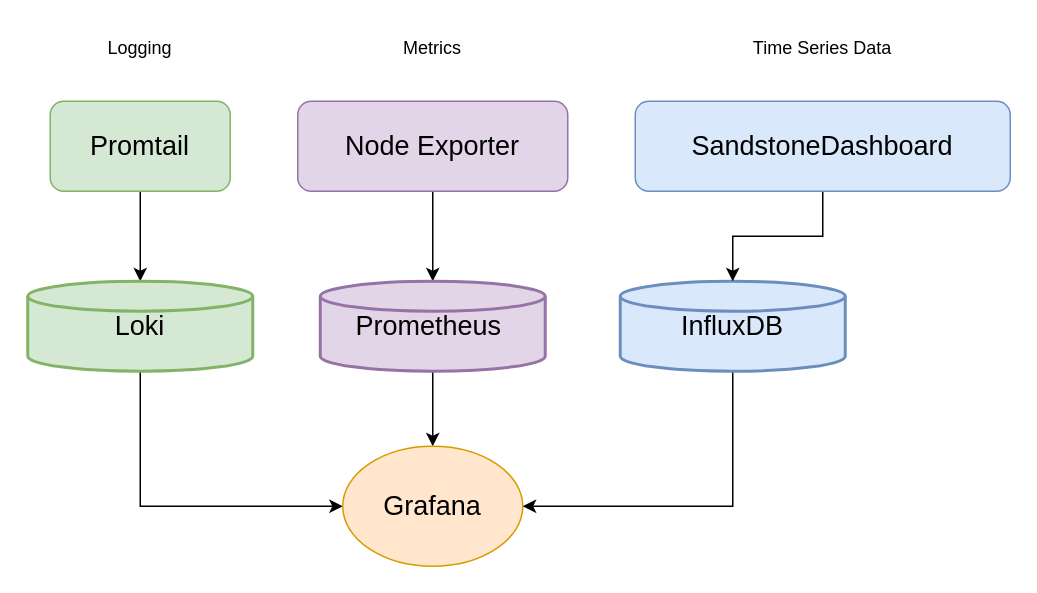
This is images_diagrams/monitoring_stack.drawio from vulture2600/SandstoneDashboard, a draw.io file, before an edit. Source tidied: cells renumbered, new cells numbered last; positions are measured from the earlier drawing's top-left corner, leaving out a move shared by most shapes. Both pictures are drawn from the tidied source at 150%, with x=0, y=0 at pixel (27, 26).
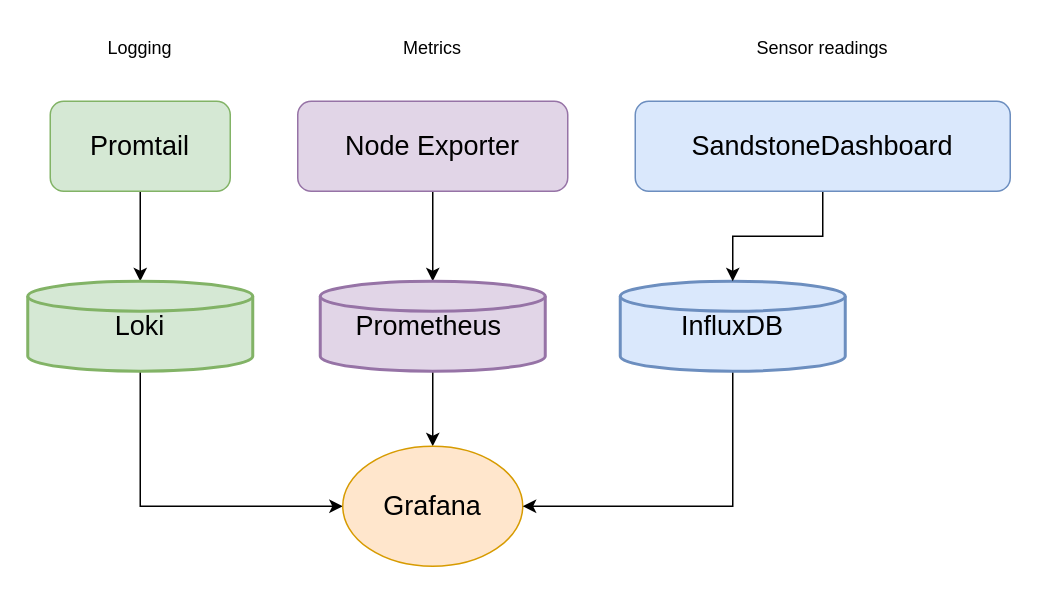
The same page after the edit.

What changed in the source:
```diff
@@
-    <mxCell id="17" value="&lt;font style=&quot;font-size: 12px;&quot;&gt;Time Series Data&lt;/font&gt;" style="text;html=1;align=center;verticalAlign=middle;whiteSpace=wrap;rounded=0;" parent="1" vertex="1">
+    <mxCell id="17" value="&lt;font style=&quot;font-size: 12px;&quot;&gt;Sensor readings&lt;/font&gt;" style="text;html=1;align=center;verticalAlign=middle;whiteSpace=wrap;rounded=0;" parent="1" vertex="1">
       <mxGeometry x="425" width="210" height="30" as="geometry" />
     </mxCell>
```
